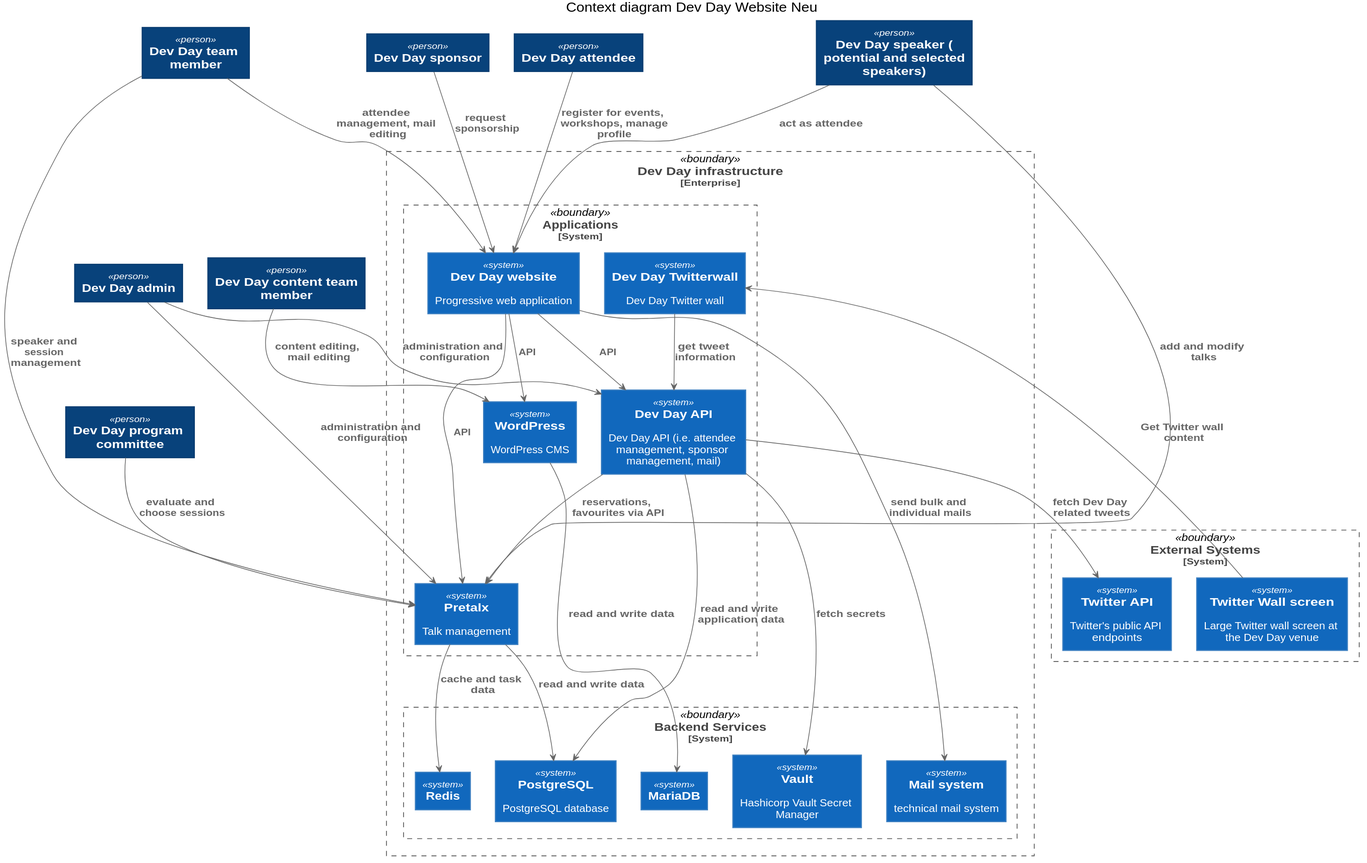
Before: docs/system_context_new.svg, a diagram exported from PlantUML (devdaydresden/devday_website). Its diagram source:
```plantuml
@startuml





skinparam defaultTextAlignment center

skinparam wrapWidth 200
skinparam maxMessageSize 150

skinparam rectangle {
    StereotypeFontSize 12
    shadowing false
}

skinparam database {
    StereotypeFontSize 12
    shadowing false
}

skinparam Arrow {
    Color #666666
    FontColor #666666
    FontSize 12
}

skinparam rectangle<<boundary>> {
    Shadowing false
    StereotypeFontSize 0
    FontColor #444444
    BorderColor #444444
    BorderStyle dashed
}






















skinparam rectangle<<person>> {
    StereotypeFontColor #FFFFFF
    FontColor #FFFFFF
    BackgroundColor #08427B
    BorderColor #073B6F
}

skinparam rectangle<<external_person>> {
    StereotypeFontColor #FFFFFF
    FontColor #FFFFFF
    BackgroundColor #686868
    BorderColor #8A8A8A
}

skinparam rectangle<<system>> {
    StereotypeFontColor #FFFFFF
    FontColor #FFFFFF
    BackgroundColor #1168BD
    BorderColor #3C7FC0
}

skinparam rectangle<<external_system>> {
    StereotypeFontColor #FFFFFF
    FontColor #FFFFFF
    BackgroundColor #999999
    BorderColor #8A8A8A
}

skinparam database<<system>> {
    StereotypeFontColor #FFFFFF
    FontColor #FFFFFF
    BackgroundColor #1168BD
    BorderColor #3C7FC0
}

skinparam database<<external_system>> {
    StereotypeFontColor #FFFFFF
    FontColor #FFFFFF
    BackgroundColor #999999
    BorderColor #8A8A8A
}












title Context diagram Dev Day Website Neu

rectangle "==Dev Day infrastructure\n<size:12>[Enterprise]</size>" <<boundary>> as DEVDAY {
  rectangle "==Applications\n<size:12>[System]</size>" <<boundary>> as Applications {
    rectangle "==Dev Day website\n\n Progressive web application" <<system>> as DevDayPWA
    rectangle "==Dev Day API\n\n Dev Day API (i.e. attendee management, sponsor management, mail)" <<system>> as DevDayAPI
    rectangle "==Dev Day Twitterwall\n\n Dev Day Twitter wall" <<system>> as TwitterWall
    rectangle "==Pretalx\n\n Talk management" <<system>> as Pretalx
    rectangle "==WordPress\n\n WordPress CMS" <<system>> as CMS
  }

  rectangle "==Backend Services\n<size:12>[System]</size>" <<boundary>> as Backend {
    rectangle "==Vault\n\n Hashicorp Vault Secret Manager" <<system>> as Vault
    rectangle "==PostgreSQL\n\n PostgreSQL database" <<system>> as PostgreSQL
    rectangle "==Mail system\n\n technical mail system" <<system>> as TMS
    rectangle "==MariaDB" <<system>> as MariaDB
    rectangle "==Redis" <<system>> as Redis
  }
}

rectangle "==External Systems\n<size:12>[System]</size>" <<boundary>> as ExternalSystems {
  rectangle "==Twitter API\n\n Twitter's public API endpoints" <<system>> as TwitterAPI
  rectangle "==Twitter Wall screen\n\n Large Twitter wall screen at the Dev Day venue" <<system>> as ScreenAtDevDay
}

rectangle "==Dev Day admin" <<person>> as DevDayAdmin
rectangle "==Dev Day team member" <<person>> as DevDayTeam
rectangle "==Dev Day content team member" <<person>> as DevDayContentTeam
rectangle "==Dev Day speaker (potential and selected speakers)" <<person>> as DevDaySpeaker
rectangle "==Dev Day sponsor" <<person>> as DevDaySponsor
rectangle "==Dev Day attendee" <<person>> as DevDayAttendee
rectangle "==Dev Day program committee" <<person>> as DevDayCommittee

DevDayPWA --> DevDayAPI : "===API"
DevDayPWA --> Pretalx : "===API"
DevDayPWA --> CMS : "===API"
DevDayPWA --> TMS : "===send bulk and individual mails"

ScreenAtDevDay --> TwitterWall : "===Get Twitter wall content"

DevDayAPI --> Pretalx : "===reservations, favourites via API"
DevDayAPI --> Vault : "===fetch secrets"
DevDayAPI --> PostgreSQL : "===read and write application data"
DevDayAPI --> TwitterAPI : "===fetch Dev Day related tweets"

CMS --> MariaDB : "===read and write data"

Pretalx --> PostgreSQL : "===read and write data"
Pretalx --> Redis : "===cache and task data"

TwitterWall --> DevDayAPI : "===get tweet information"

DevDayAdmin --> DevDayAPI : "===administration and configuration"
DevDayAdmin --> Pretalx : "===administration and configuration"

DevDayTeam --> DevDayPWA : "===attendee management, mail editing"
DevDayTeam --> Pretalx : "===speaker and session management"

DevDayContentTeam --> CMS : "===content editing, mail editing"

DevDaySponsor --> DevDayPWA : "===request sponsorship"

DevDaySpeaker --> Pretalx : "===add and modify talks"
DevDaySpeaker --> DevDayPWA : "===act as attendee"

DevDayAttendee --> DevDayPWA : "===register for events, workshops, manage profile"

DevDayCommittee --> Pretalx : "===evaluate and choose sessions"

@enduml
```
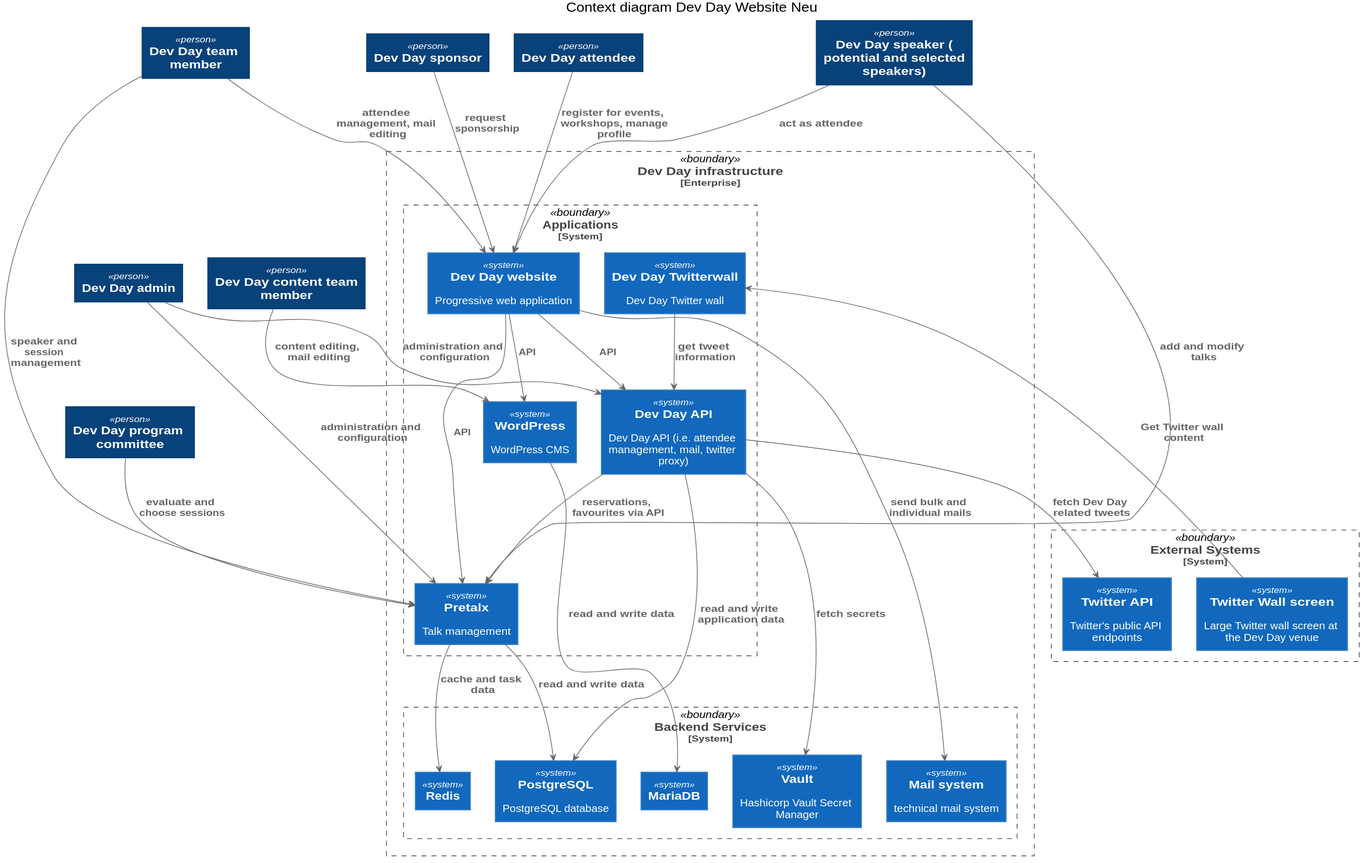
The same diagram one commit later.

Commit message:
Update proposed API functionality

- remove sponsoring (will be part of Wordpress content)
- add twitter proxy (required because of non-existent CORS functionality
  in upstream API)

Diff of the diagram source:
```diff
@@ -112,7 +112,7 @@
 rectangle "==Dev Day infrastructure\n<size:12>[Enterprise]</size>" <<boundary>> as DEVDAY {
   rectangle "==Applications\n<size:12>[System]</size>" <<boundary>> as Applications {
     rectangle "==Dev Day website\n\n Progressive web application" <<system>> as DevDayPWA
-    rectangle "==Dev Day API\n\n Dev Day API (i.e. attendee management, sponsor management, mail)" <<system>> as DevDayAPI
+    rectangle "==Dev Day API\n\n Dev Day API (i.e. attendee management, mail, twitter proxy)" <<system>> as DevDayAPI
     rectangle "==Dev Day Twitterwall\n\n Dev Day Twitter wall" <<system>> as TwitterWall
     rectangle "==Pretalx\n\n Talk management" <<system>> as Pretalx
     rectangle "==WordPress\n\n WordPress CMS" <<system>> as CMS
```
